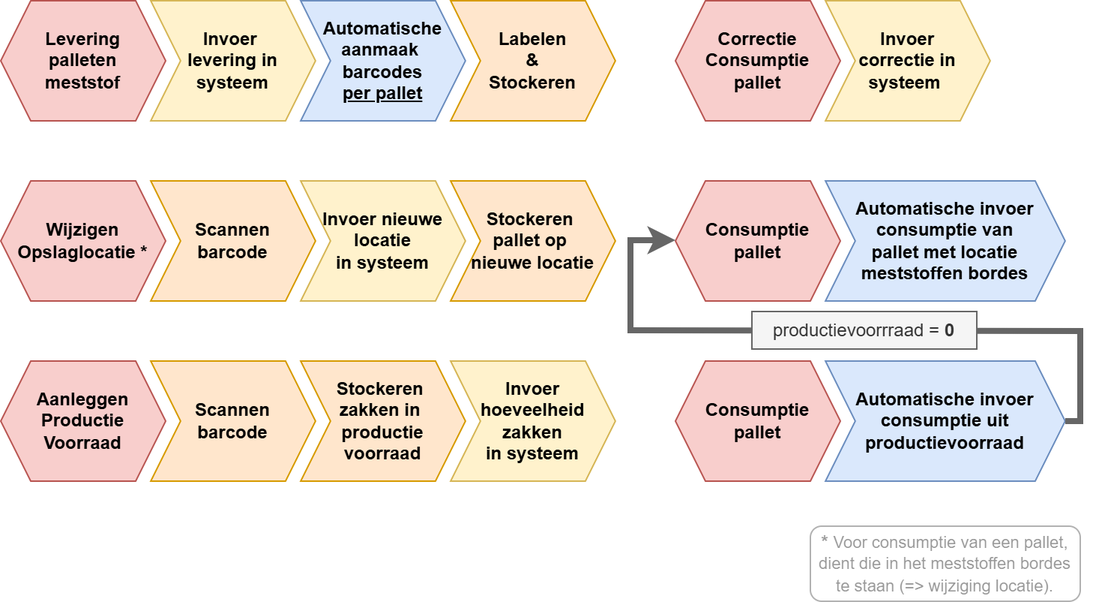
Above: Flows_tracking_palets.png in StevenBloes/klaw32project (draw.io), before the change. Source tidied: cells renumbered, new cells last; positions are measured from the earlier drawing's top-left corner, leaving out a move shared by most shapes.
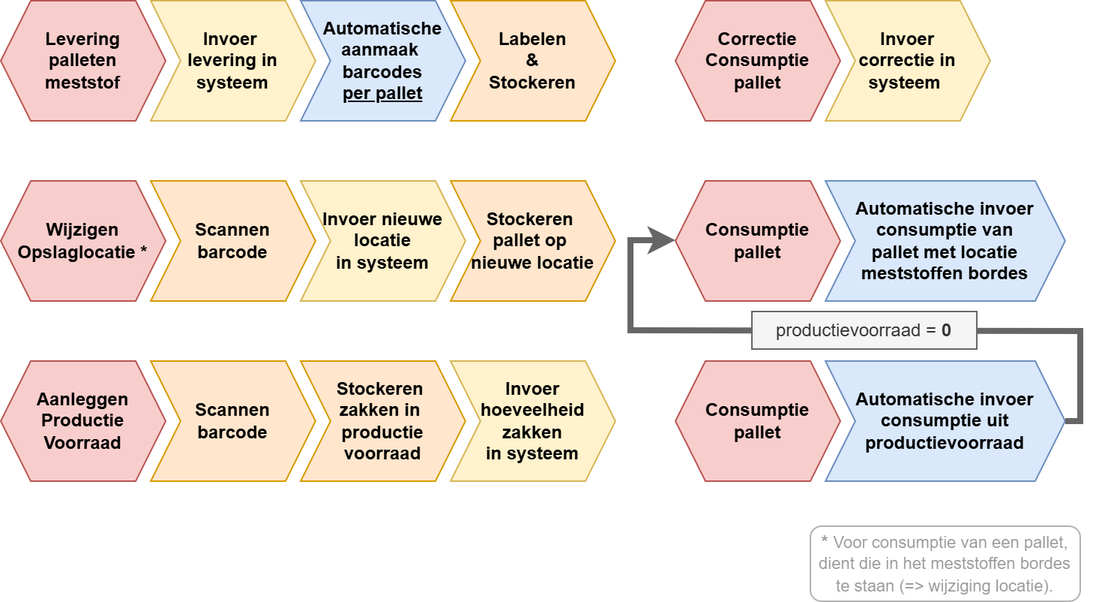
The same diagram one commit later.

Diff of the diagram source:
```diff
@@ -73,7 +73,7 @@
         </Array>
       </mxGeometry>
     </mxCell>
-    <mxCell id="23" value="productievoorrraad = &lt;b&gt;0&lt;/b&gt;" style="text;html=1;whiteSpace=wrap;align=center;verticalAlign=middle;rounded=0;fillColor=#f5f5f5;fontColor=#333333;strokeColor=#666666;" parent="2" vertex="1">
+    <mxCell id="23" value="productievoorraad = &lt;b&gt;0&lt;/b&gt;" style="text;html=1;whiteSpace=wrap;align=center;verticalAlign=middle;rounded=0;fillColor=#f5f5f5;fontColor=#333333;strokeColor=#666666;" parent="2" vertex="1">
       <mxGeometry x="501" y="207" width="150" height="25" as="geometry" />
     </mxCell>
   </root>
```
